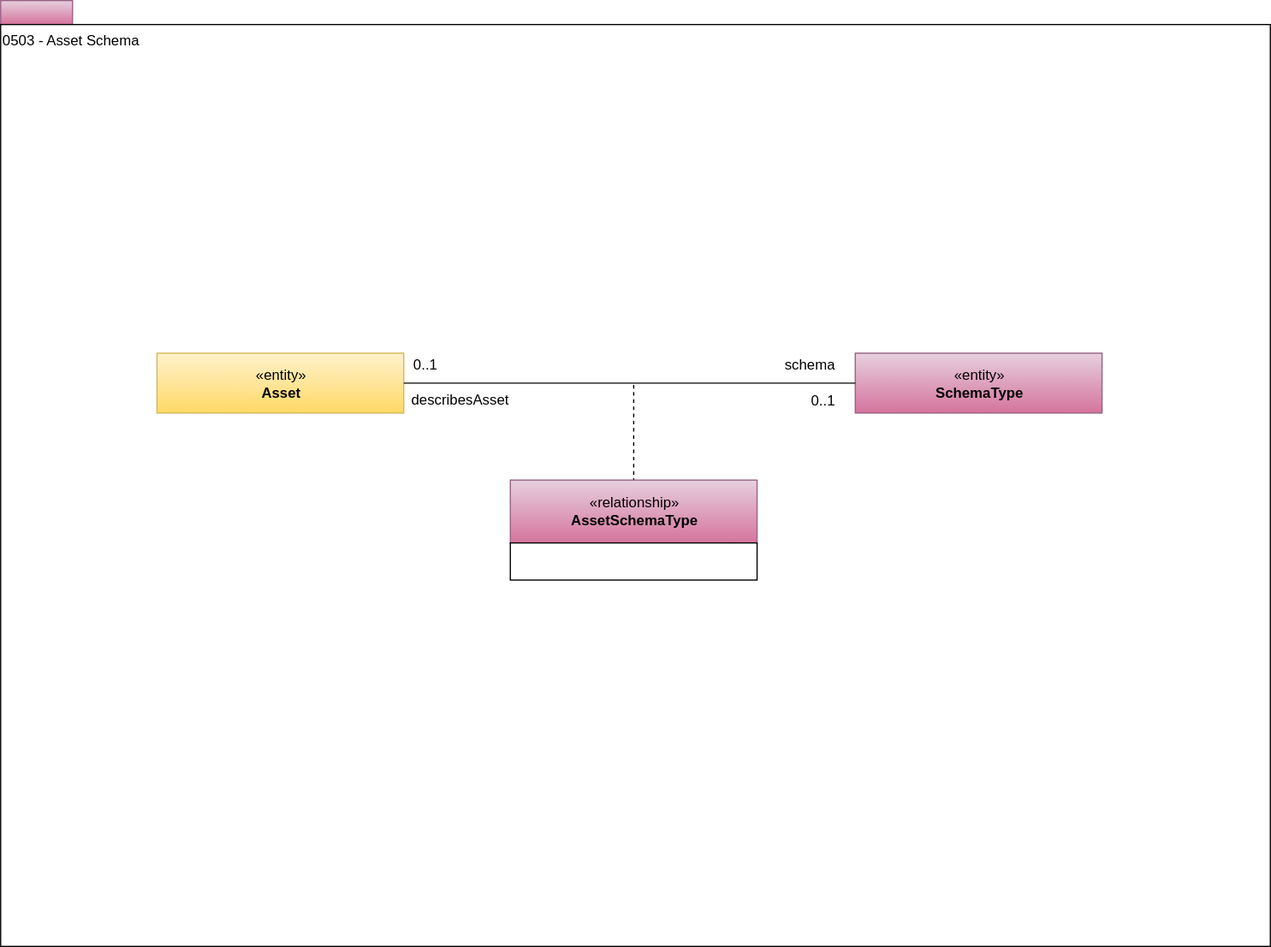
This is site/docs/types/5/0503-Asset-Schema.svg from odpi/egeria-docs, a draw.io export, as it was before one commit. Source tidied: cells renumbered, new cells last; positions are measured from the earlier drawing's top-left corner, leaving out a move shared by most shapes.
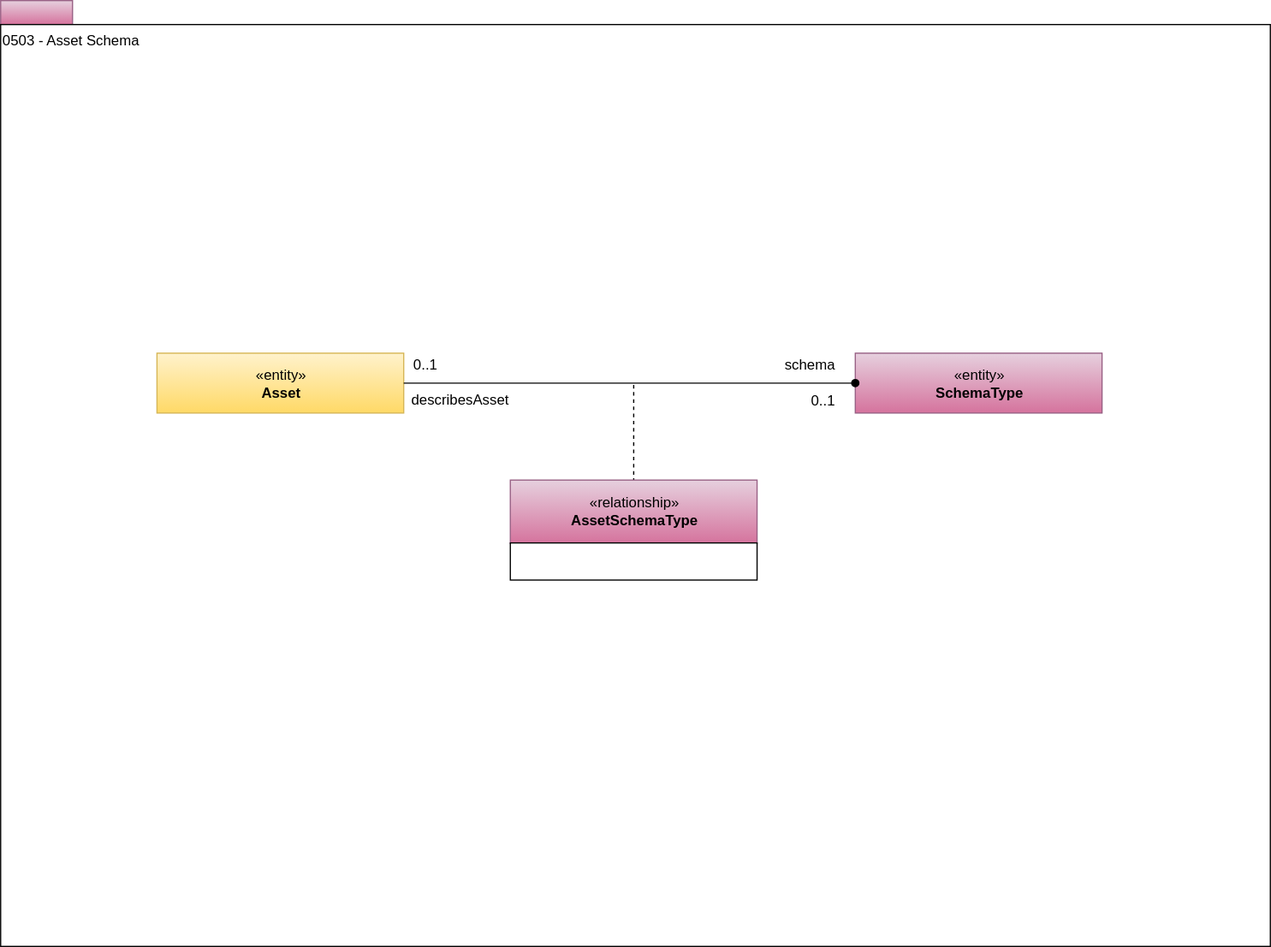
After the change.

The edit, as a diff of the source:
```diff
@@ -31,7 +31,7 @@
     <mxCell id="10" value="describesAsset" style="text;html=1;strokeColor=none;fillColor=none;align=center;verticalAlign=middle;whiteSpace=wrap;rounded=0;" parent="1" vertex="1">
       <mxGeometry x="341.5" y="323.5" width="84" height="20" as="geometry" />
     </mxCell>
-    <mxCell id="11" style="endArrow=none;html=1;entryX=0;entryY=0.5;exitX=1;exitY=0.5;" parent="1" edge="1" source="4" target="5">
+    <mxCell id="11" style="endArrow=oval;html=1;entryX=0;entryY=0.5;exitX=1;exitY=0.5;endFill=1;" parent="1" edge="1" source="4" target="5">
       <mxGeometry relative="1" as="geometry" />
     </mxCell>
     <mxCell id="12" style="group;" parent="1" vertex="1">
```
